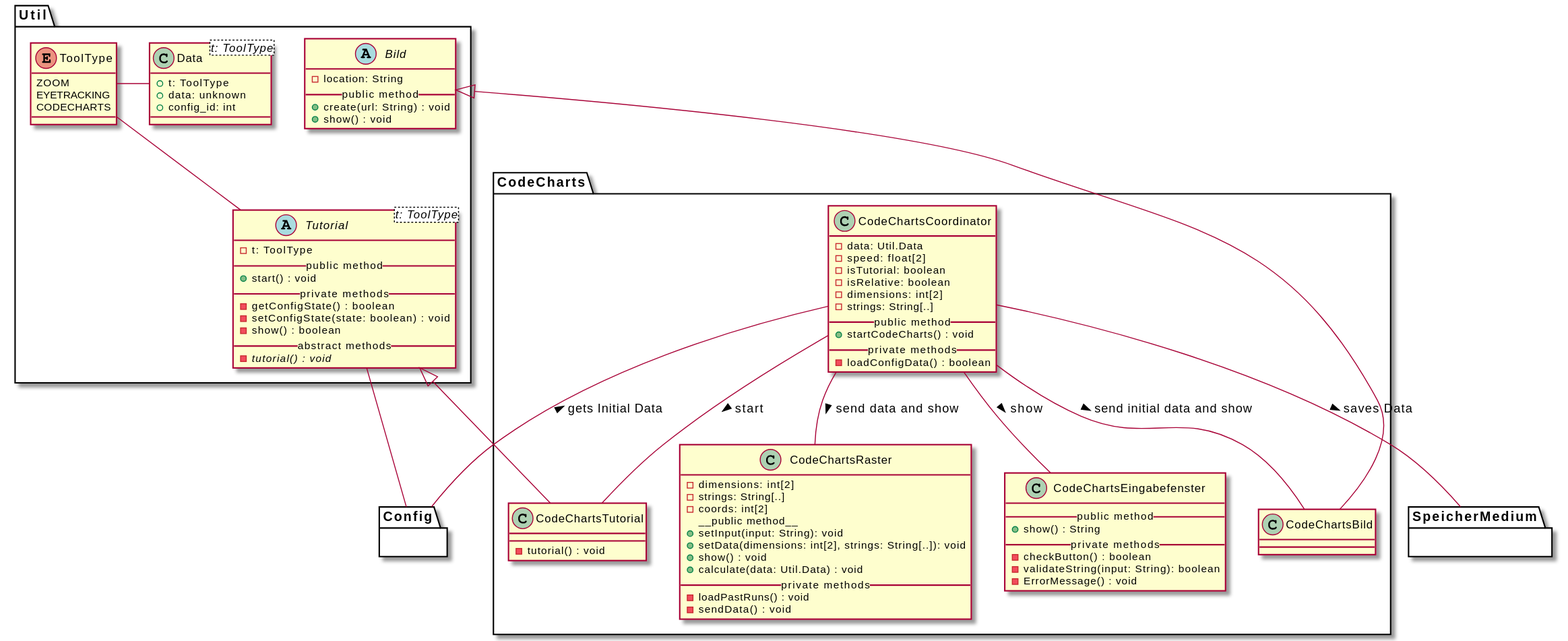
The PlantUML diagram meilenstein_03/uml-code_charts/uml-code_charts.svg in weichware10/meilensteine, before a commit.
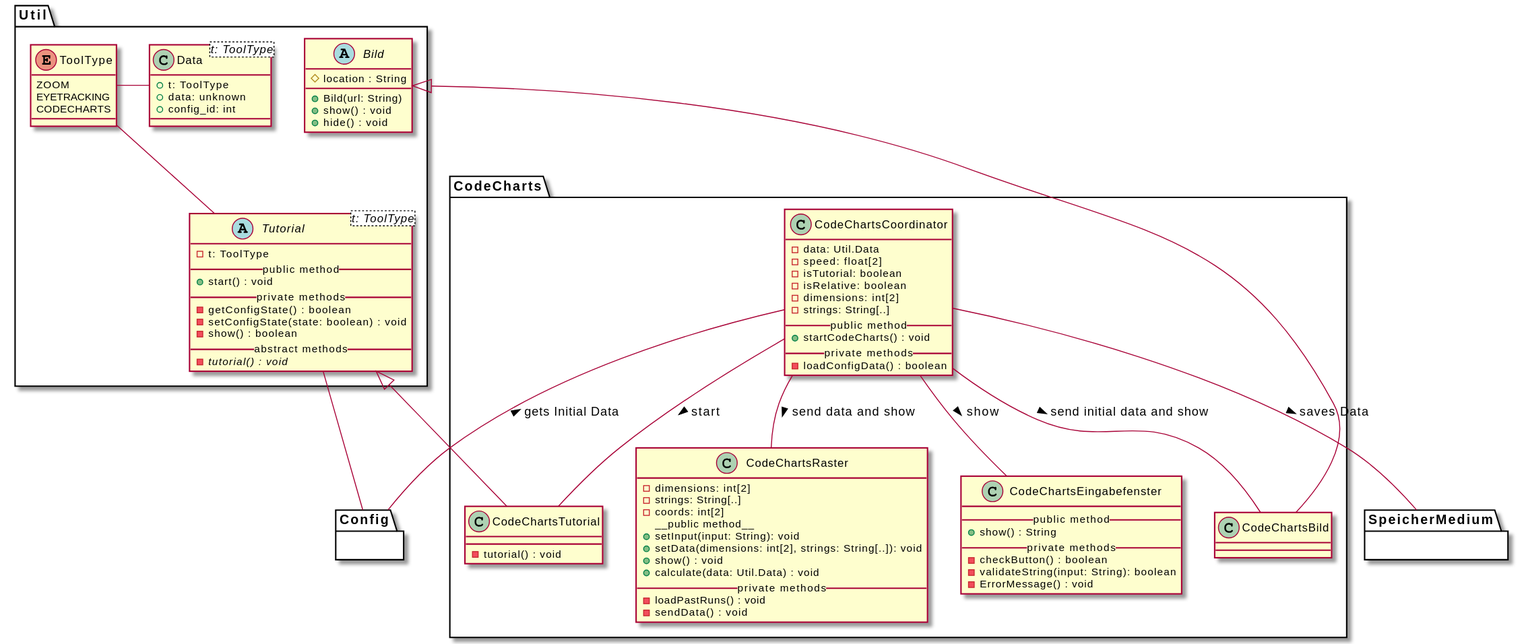
After the commit.

Commit message:
Render PlantUML SVGs

Change to the diagram source:
```diff
@@ -15,9 +15,9 @@
     }
 
     enum ToolType {
-      ZOOM
-      EYETRACKING
-      CODECHARTS
+        ZOOM
+        EYETRACKING
+        CODECHARTS
     }
 
     Tutorial -u- ToolType
@@ -27,10 +27,10 @@
 
 
     abstract Bild {
-      - location: String
-      __public method__
-      + create(url: String) : void
-      + show() : void
+        # location : String
+        + Bild(url: String)
+        + show() : void
+        + hide() : void
     }
 
     class Data<t: ToolType> {
```
